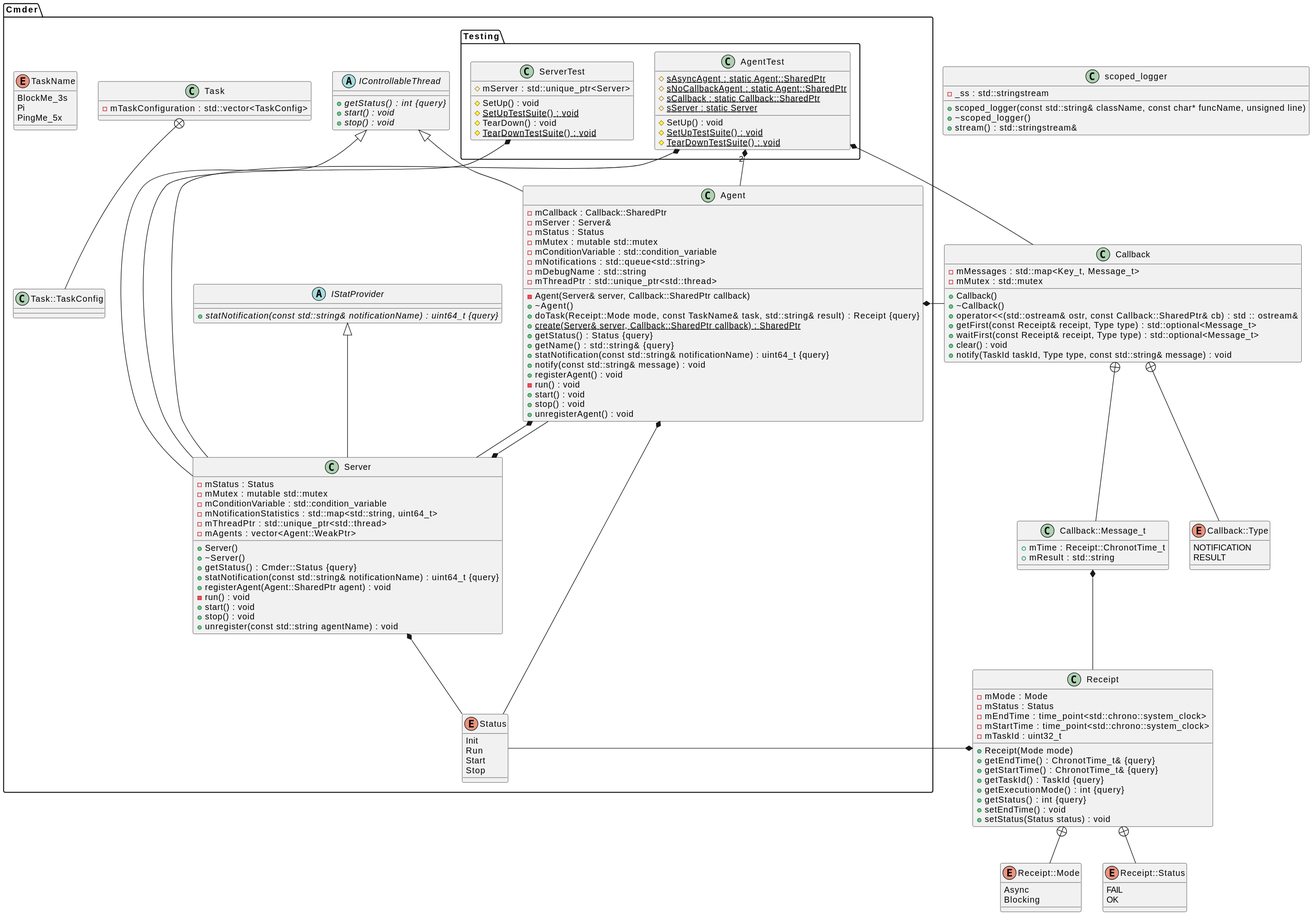
Above: diagrams/classdiagram.svg in h6wk/Cmder (PlantUML), before the change. Its diagram source:
```plantuml
@startuml






class Callback {
    +Callback()
    +~Callback()
    +operator<<(std::ostream& ostr, const Callback::SharedPtr& cb) : std :: ostream&
    -mMessages : std::map<Key_t, Message_t>
    -mMutex : std::mutex
    +getFirst(const Receipt& receipt, Type type) : std::optional<Message_t>
    +waitFirst(const Receipt& receipt, Type type) : std::optional<Message_t>
    +clear() : void
    +notify(TaskId taskId, Type type, const std::string& message) : void
}


class Receipt {
    +Receipt(Mode mode)
    +getEndTime() : ChronotTime_t& {query}
    +getStartTime() : ChronotTime_t& {query}
    -mMode : Mode
    -mStatus : Status
    +getTaskId() : TaskId {query}
    +getExecutionMode() : int {query}
    +getStatus() : int {query}
    -mEndTime : time_point<std::chrono::system_clock>
    -mStartTime : time_point<std::chrono::system_clock>
    -mTaskId : uint32_t
    +setEndTime() : void
    +setStatus(Status status) : void
}


enum Callback::Type {
    NOTIFICATION
    RESULT
}


enum Receipt::Mode {
    Async
    Blocking
}


enum Receipt::Status {
    FAIL
    OK
}


class Callback::Message_t {
    +mTime : Receipt::ChronotTime_t
    +mResult : std::string
}


class scoped_logger {
    +scoped_logger(const std::string& className, const char* funcName, unsigned line)
    +~scoped_logger()
    -_ss : std::stringstream
    +stream() : std::stringstream&
}


namespace Cmder {
    class Agent {
        -Agent(Server& server, Callback::SharedPtr callback)
        +~Agent()
        -mCallback : Callback::SharedPtr
        +doTask(Receipt::Mode mode, const TaskName& task, std::string& result) : Receipt {query}
        -mServer : Server&
        +{static} create(Server& server, Callback::SharedPtr callback) : SharedPtr
        +getStatus() : Status {query}
        -mStatus : Status
        -mMutex : mutable std::mutex
        -mConditionVariable : std::condition_variable
        -mNotifications : std::queue<std::string>
        -mDebugName : std::string
        +getName() : std::string& {query}
        -mThreadPtr : std::unique_ptr<std::thread>
        +statNotification(const std::string& notificationName) : uint64_t {query}
        +notify(const std::string& message) : void
        +registerAgent() : void
        -run() : void
        +start() : void
        +stop() : void
        +unregisterAgent() : void
    }

    abstract class IControllableThread {
        +{abstract} getStatus() : int {query}
        +{abstract} start() : void
        +{abstract} stop() : void
    }

    abstract class IStatProvider {
        +{abstract} statNotification(const std::string& notificationName) : uint64_t {query}
    }

    class Server {
        +Server()
        +~Server()
        +getStatus() : Cmder::Status {query}
        -mStatus : Status
        -mMutex : mutable std::mutex
        -mConditionVariable : std::condition_variable
        -mNotificationStatistics : std::map<std::string, uint64_t>
        -mThreadPtr : std::unique_ptr<std::thread>
        +statNotification(const std::string& notificationName) : uint64_t {query}
        -mAgents : vector<Agent::WeakPtr>
        +registerAgent(Agent::SharedPtr agent) : void
        -run() : void
        +start() : void
        +stop() : void
        +unregister(const std::string agentName) : void
    }

    class Task {
        -mTaskConfiguration : std::vector<TaskConfig>
    }

    enum Status {
        Init
        Run
        Start
        Stop
    }

    enum TaskName {
        BlockMe_3s
        Pi
        PingMe_5x
    }

    class Task::TaskConfig {
    }

    namespace Testing {
        class AgentTest {
            #{static} sAsyncAgent : static Agent::SharedPtr
            #{static} sNoCallbackAgent : static Agent::SharedPtr
            #{static} sCallback : static Callback::SharedPtr
            #{static} sServer : static Server
            #SetUp() : void
            #{static} SetUpTestSuite() : void
            #{static} TearDownTestSuite() : void
        }

        class ServerTest {
            #mServer : std::unique_ptr<Server>
            #SetUp() : void
            #{static} SetUpTestSuite() : void
            #TearDown() : void
            #{static} TearDownTestSuite() : void
        }
    }
}






Cmder.IControllableThread <|-- Cmder.Agent


Cmder.IControllableThread <|-- Cmder.Server


Cmder.IStatProvider <|-- Cmder.Server






Cmder.Agent *-- .Callback


Cmder.Agent *-- Cmder.Server


Cmder.Agent *-- Cmder.Status


Cmder.Testing.AgentTest "2" *-- Cmder.Agent


Cmder.Testing.AgentTest *-- .Callback


Cmder.Testing.AgentTest *-- Cmder.Server


.Callback::Message_t *-- .Receipt


.Receipt *-- Cmder.Status


Cmder.Server *-- Cmder.Agent


Cmder.Server *-- Cmder.Status


Cmder.Testing.ServerTest *-- Cmder.Server







.Callback +-- .Callback::Message_t


.Callback +-- .Callback::Type


.Receipt +-- .Receipt::Mode


.Receipt +-- .Receipt::Status


Cmder.Task +-- Cmder.Task::TaskConfig




@enduml
```
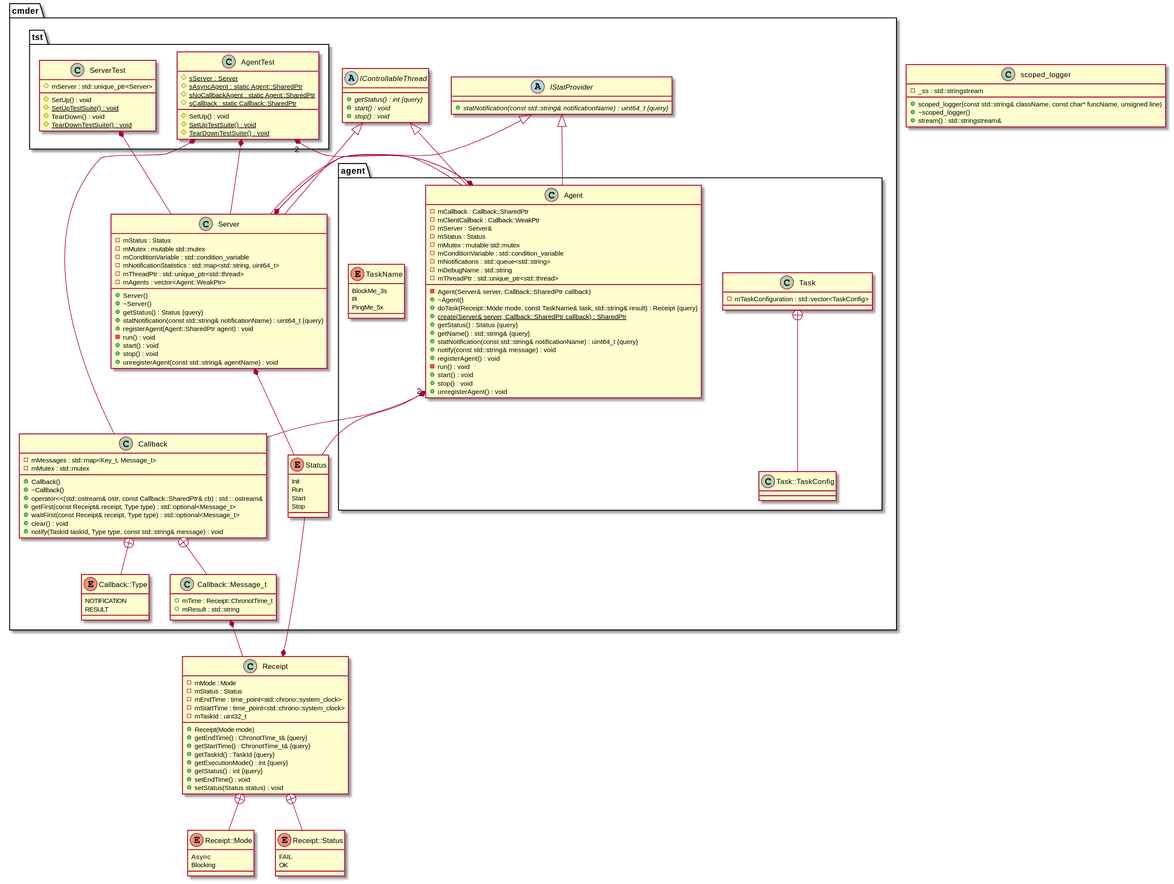
Later version of the same file.

Diff of the diagram source:
```diff
@@ -5,160 +5,160 @@
 
 
 
-class Callback {
-    +Callback()
-    +~Callback()
-    +operator<<(std::ostream& ostr, const Callback::SharedPtr& cb) : std :: ostream&
-    -mMessages : std::map<Key_t, Message_t>
-    -mMutex : std::mutex
-    +getFirst(const Receipt& receipt, Type type) : std::optional<Message_t>
-    +waitFirst(const Receipt& receipt, Type type) : std::optional<Message_t>
-    +clear() : void
-    +notify(TaskId taskId, Type type, const std::string& message) : void
-}
-
-
 class Receipt {
-    +Receipt(Mode mode)
-    +getEndTime() : ChronotTime_t& {query}
-    +getStartTime() : ChronotTime_t& {query}
-    -mMode : Mode
-    -mStatus : Status
-    +getTaskId() : TaskId {query}
-    +getExecutionMode() : int {query}
-    +getStatus() : int {query}
-    -mEndTime : time_point<std::chrono::system_clock>
-    -mStartTime : time_point<std::chrono::system_clock>
-    -mTaskId : uint32_t
-    +setEndTime() : void
-    +setStatus(Status status) : void
-}
-
-
-enum Callback::Type {
-    NOTIFICATION
-    RESULT
+	+Receipt(Mode mode)
+	+getEndTime() : ChronotTime_t& {query}
+	+getStartTime() : ChronotTime_t& {query}
+	-mMode : Mode
+	-mStatus : Status
+	+getTaskId() : TaskId {query}
+	+getExecutionMode() : int {query}
+	+getStatus() : int {query}
+	-mEndTime : time_point<std::chrono::system_clock>
+	-mStartTime : time_point<std::chrono::system_clock>
+	-mTaskId : uint32_t
+	+setEndTime() : void
+	+setStatus(Status status) : void
 }
 
 
 enum Receipt::Mode {
-    Async
-    Blocking
+	Async
+	Blocking
 }
 
 
 enum Receipt::Status {
-    FAIL
-    OK
-}
-
-
-class Callback::Message_t {
-    +mTime : Receipt::ChronotTime_t
-    +mResult : std::string
+	FAIL
+	OK
 }
 
 
 class scoped_logger {
-    +scoped_logger(const std::string& className, const char* funcName, unsigned line)
-    +~scoped_logger()
-    -_ss : std::stringstream
-    +stream() : std::stringstream&
+	+scoped_logger(const std::string& className, const char* funcName, unsigned line)
+	+~scoped_logger()
+	-_ss : std::stringstream
+	+stream() : std::stringstream&
 }
 
 
-namespace Cmder {
-    class Agent {
-        -Agent(Server& server, Callback::SharedPtr callback)
-        +~Agent()
-        -mCallback : Callback::SharedPtr
-        +doTask(Receipt::Mode mode, const TaskName& task, std::string& result) : Receipt {query}
-        -mServer : Server&
-        +{static} create(Server& server, Callback::SharedPtr callback) : SharedPtr
-        +getStatus() : Status {query}
-        -mStatus : Status
-        -mMutex : mutable std::mutex
-        -mConditionVariable : std::condition_variable
-        -mNotifications : std::queue<std::string>
-        -mDebugName : std::string
-        +getName() : std::string& {query}
-        -mThreadPtr : std::unique_ptr<std::thread>
-        +statNotification(const std::string& notificationName) : uint64_t {query}
-        +notify(const std::string& message) : void
-        +registerAgent() : void
-        -run() : void
-        +start() : void
-        +stop() : void
-        +unregisterAgent() : void
-    }
+namespace cmder {
+	class Callback {
+		+Callback()
+		+~Callback()
+		+operator<<(std::ostream& ostr, const Callback::SharedPtr& cb) : std :: ostream&
+		-mMessages : std::map<Key_t, Message_t>
+		-mMutex : std::mutex
+		+getFirst(const Receipt& receipt, Type type) : std::optional<Message_t>
+		+waitFirst(const Receipt& receipt, Type type) : std::optional<Message_t>
+		+clear() : void
+		+notify(TaskId taskId, Type type, const std::string& message) : void
+	}
 
-    abstract class IControllableThread {
-        +{abstract} getStatus() : int {query}
-        +{abstract} start() : void
-        +{abstract} stop() : void
-    }
+	abstract class IControllableThread {
+		+{abstract} getStatus() : int {query}
+		+{abstract} start() : void
+		+{abstract} stop() : void
+	}
 
-    abstract class IStatProvider {
-        +{abstract} statNotification(const std::string& notificationName) : uint64_t {query}
-    }
+	abstract class IStatProvider {
+		+{abstract} statNotification(const std::string& notificationName) : uint64_t {query}
+	}
 
-    class Server {
-        +Server()
-        +~Server()
-        +getStatus() : Cmder::Status {query}
-        -mStatus : Status
-        -mMutex : mutable std::mutex
-        -mConditionVariable : std::condition_variable
-        -mNotificationStatistics : std::map<std::string, uint64_t>
-        -mThreadPtr : std::unique_ptr<std::thread>
-        +statNotification(const std::string& notificationName) : uint64_t {query}
-        -mAgents : vector<Agent::WeakPtr>
-        +registerAgent(Agent::SharedPtr agent) : void
-        -run() : void
-        +start() : void
-        +stop() : void
-        +unregister(const std::string agentName) : void
-    }
+	class Server {
+		+Server()
+		+~Server()
+		+getStatus() : Status {query}
+		-mStatus : Status
+		-mMutex : mutable std::mutex
+		-mConditionVariable : std::condition_variable
+		-mNotificationStatistics : std::map<std::string, uint64_t>
+		-mThreadPtr : std::unique_ptr<std::thread>
+		+statNotification(const std::string& notificationName) : uint64_t {query}
+		-mAgents : vector<Agent::WeakPtr>
+		+registerAgent(Agent::SharedPtr agent) : void
+		-run() : void
+		+start() : void
+		+stop() : void
+		+unregisterAgent(const std::string& agentName) : void
+	}
 
-    class Task {
-        -mTaskConfiguration : std::vector<TaskConfig>
-    }
+	enum Callback::Type {
+		NOTIFICATION
+		RESULT
+	}
 
-    enum Status {
-        Init
-        Run
-        Start
-        Stop
-    }
+	enum Status {
+		Init
+		Run
+		Start
+		Stop
+	}
 
-    enum TaskName {
-        BlockMe_3s
-        Pi
-        PingMe_5x
-    }
+	class Callback::Message_t {
+		+mTime : Receipt::ChronotTime_t
+		+mResult : std::string
+	}
 
-    class Task::TaskConfig {
-    }
+	namespace tst {
+		class AgentTest {
+			#{static} sServer : Server
+			#{static} sAsyncAgent : static Agent::SharedPtr
+			#{static} sNoCallbackAgent : static Agent::SharedPtr
+			#{static} sCallback : static Callback::SharedPtr
+			#SetUp() : void
+			#{static} SetUpTestSuite() : void
+			#{static} TearDownTestSuite() : void
+		}
 
-    namespace Testing {
-        class AgentTest {
-            #{static} sAsyncAgent : static Agent::SharedPtr
-            #{static} sNoCallbackAgent : static Agent::SharedPtr
-            #{static} sCallback : static Callback::SharedPtr
-            #{static} sServer : static Server
-            #SetUp() : void
-            #{static} SetUpTestSuite() : void
-            #{static} TearDownTestSuite() : void
-        }
+		class ServerTest {
+			#mServer : std::unique_ptr<Server>
+			#SetUp() : void
+			#{static} SetUpTestSuite() : void
+			#TearDown() : void
+			#{static} TearDownTestSuite() : void
+		}
+	}
 
-        class ServerTest {
-            #mServer : std::unique_ptr<Server>
-            #SetUp() : void
-            #{static} SetUpTestSuite() : void
-            #TearDown() : void
-            #{static} TearDownTestSuite() : void
-        }
-    }
+	namespace agent {
+		class Agent {
+			-Agent(Server& server, Callback::SharedPtr callback)
+			+~Agent()
+			-mCallback : Callback::SharedPtr
+			-mClientCallback : Callback::WeakPtr
+			+doTask(Receipt::Mode mode, const TaskName& task, std::string& result) : Receipt {query}
+			-mServer : Server&
+			+{static} create(Server& server, Callback::SharedPtr callback) : SharedPtr
+			+getStatus() : Status {query}
+			-mStatus : Status
+			-mMutex : mutable std::mutex
+			-mConditionVariable : std::condition_variable
+			-mNotifications : std::queue<std::string>
+			-mDebugName : std::string
+			+getName() : std::string& {query}
+			-mThreadPtr : std::unique_ptr<std::thread>
+			+statNotification(const std::string& notificationName) : uint64_t {query}
+			+notify(const std::string& message) : void
+			+registerAgent() : void
+			-run() : void
+			+start() : void
+			+stop() : void
+			+unregisterAgent() : void
+		}
+
+		class Task {
+			-mTaskConfiguration : std::vector<TaskConfig>
+		}
+
+		enum TaskName {
+			BlockMe_3s
+			Pi
+			PingMe_5x
+		}
+
+		class Task::TaskConfig {
+		}
+	}
 }
 
 
@@ -166,50 +166,53 @@
 
 
 
-Cmder.IControllableThread <|-- Cmder.Agent
+cmder.IControllableThread <|-- cmder.agent.Agent
 
 
-Cmder.IControllableThread <|-- Cmder.Server
+cmder.IControllableThread <|-- cmder.Server
 
 
-Cmder.IStatProvider <|-- Cmder.Server
+cmder.IStatProvider <|-- cmder.agent.Agent
+
+
+cmder.IStatProvider <|-- cmder.Server
 
 
 
 
 
 
-Cmder.Agent *-- .Callback
+cmder.agent.Agent "2" *-- cmder.Callback
 
 
-Cmder.Agent *-- Cmder.Server
+cmder.agent.Agent *-- cmder.Server
 
 
-Cmder.Agent *-- Cmder.Status
+cmder.agent.Agent *-- cmder.Status
 
 
-Cmder.Testing.AgentTest "2" *-- Cmder.Agent
+cmder.tst.AgentTest "2" *-- cmder.agent.Agent
 
 
-Cmder.Testing.AgentTest *-- .Callback
+cmder.tst.AgentTest *-- cmder.Callback
 
 
-Cmder.Testing.AgentTest *-- Cmder.Server
+cmder.tst.AgentTest *-- cmder.Server
 
 
-.Callback::Message_t *-- .Receipt
+cmder.Callback::Message_t *-- .Receipt
 
 
-.Receipt *-- Cmder.Status
+.Receipt *-- cmder.Status
 
 
-Cmder.Server *-- Cmder.Agent
+cmder.Server *-- cmder.agent.Agent
 
 
-Cmder.Server *-- Cmder.Status
+cmder.Server *-- cmder.Status
 
 
-Cmder.Testing.ServerTest *-- Cmder.Server
+cmder.tst.ServerTest *-- cmder.Server
 
 
 
@@ -217,10 +220,10 @@
 
 
 
-.Callback +-- .Callback::Message_t
+cmder.Callback +-- cmder.Callback::Message_t
 
 
-.Callback +-- .Callback::Type
+cmder.Callback +-- cmder.Callback::Type
 
 
 .Receipt +-- .Receipt::Mode
@@ -229,7 +232,7 @@
 .Receipt +-- .Receipt::Status
 
 
-Cmder.Task +-- Cmder.Task::TaskConfig
+cmder.agent.Task +-- cmder.agent.Task::TaskConfig
 
 
 
```
